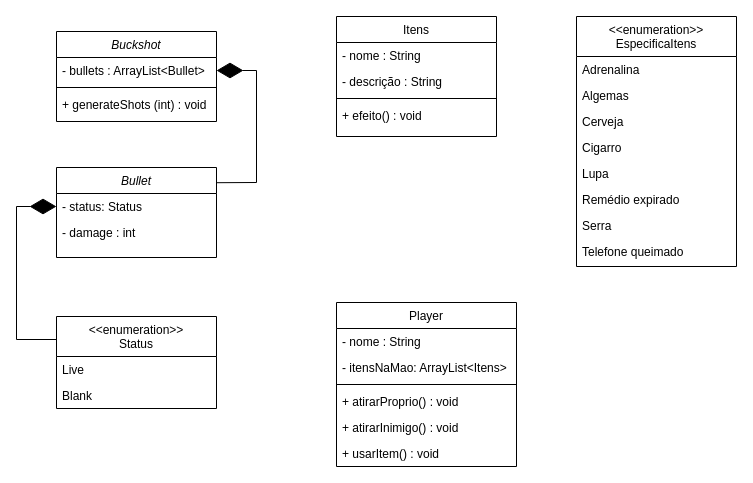
Before: Diagrama sem nome.drawio in Marianeesouza/Tsukare, a draw.io diagram. Source tidied: cells renumbered, new cells numbered last; positions are measured from the earlier drawing's top-left corner, leaving out a move shared by most shapes. Both pictures are drawn from the tidied source at 100%, with x=0, y=0 at pixel (16, 16).
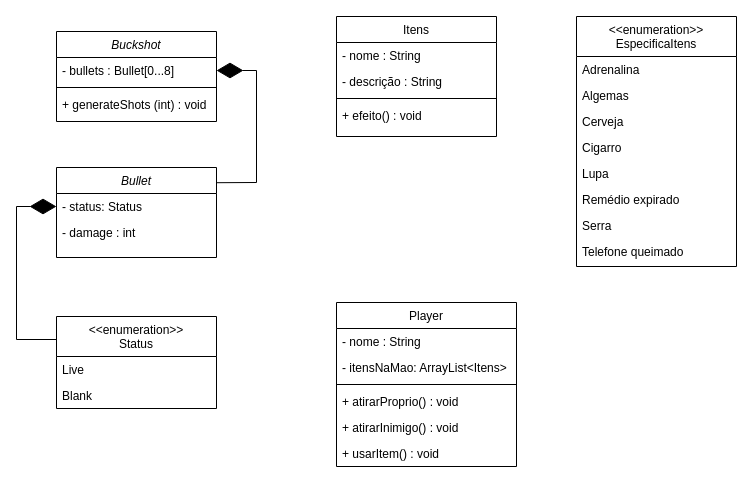
The same page after the edit.

Unchanged cells that the change refers to:
```xml
<mxCell id="2" value="Buckshot" style="swimlane;fontStyle=2;align=center;verticalAlign=top;horizontal=1;startSize=26;rounded=0;shadow=0;strokeWidth=1;" parent="1" vertex="1">
  <mxGeometry x="40" y="15" width="160" height="90" as="geometry" />
</mxCell>
```

Change to the diagram source:
```diff
@@
-    <mxCell id="3" value="- bullets : ArrayList&lt;Bullet&gt;" style="text;align=left;verticalAlign=top;spacingLeft=4;spacingRight=4;overflow=hidden;points=[[0,0.5],[1,0.5]];portConstraint=eastwest;rounded=0;shadow=0;html=0;" parent="2" vertex="1">
+    <mxCell id="3" value="- bullets : Bullet[0...8]" style="text;align=left;verticalAlign=top;spacingLeft=4;spacingRight=4;overflow=hidden;points=[[0,0.5],[1,0.5]];portConstraint=eastwest;rounded=0;shadow=0;html=0;" parent="2" vertex="1">
       <mxGeometry y="26" width="160" height="26" as="geometry" />
     </mxCell>
```
